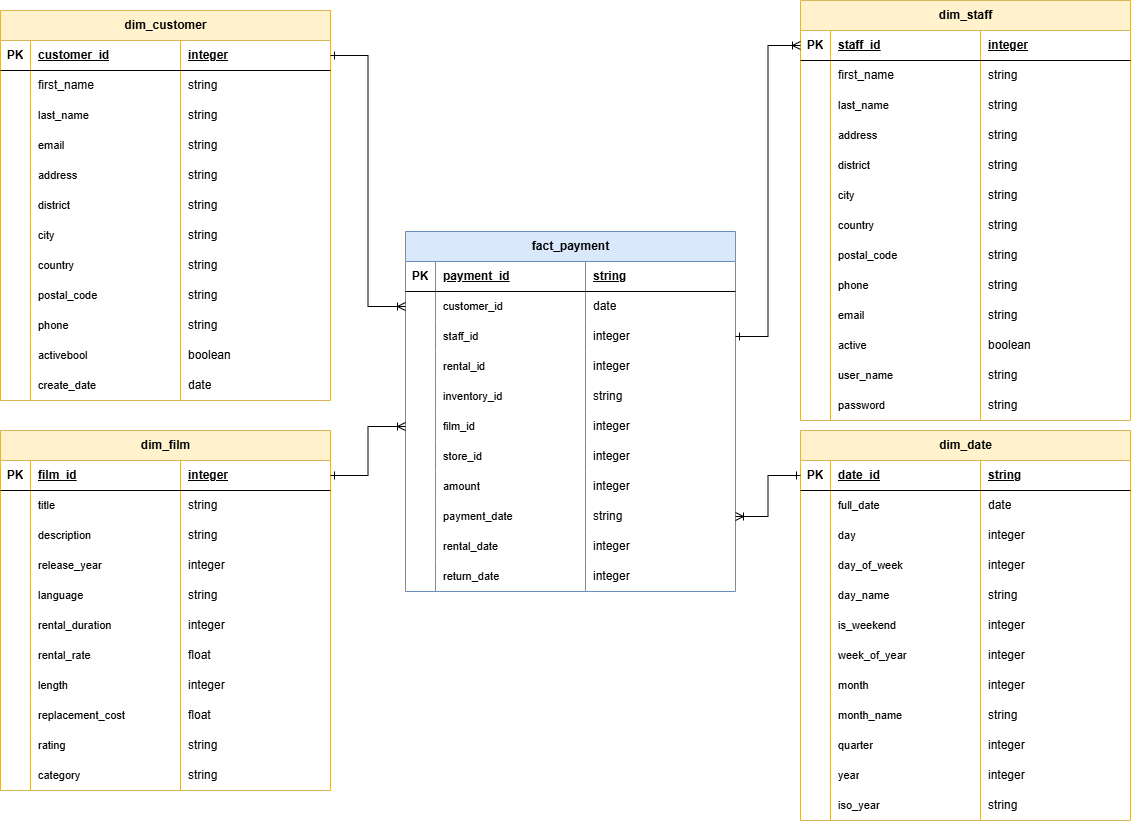
The draw.io diagram modelling_images/physical_model.png in ysenguloglu/greencycles_dwh_build, before a commit. Source tidied: cells renumbered, new cells last; positions are measured from the earlier drawing's top-left corner, leaving out a move shared by most shapes.
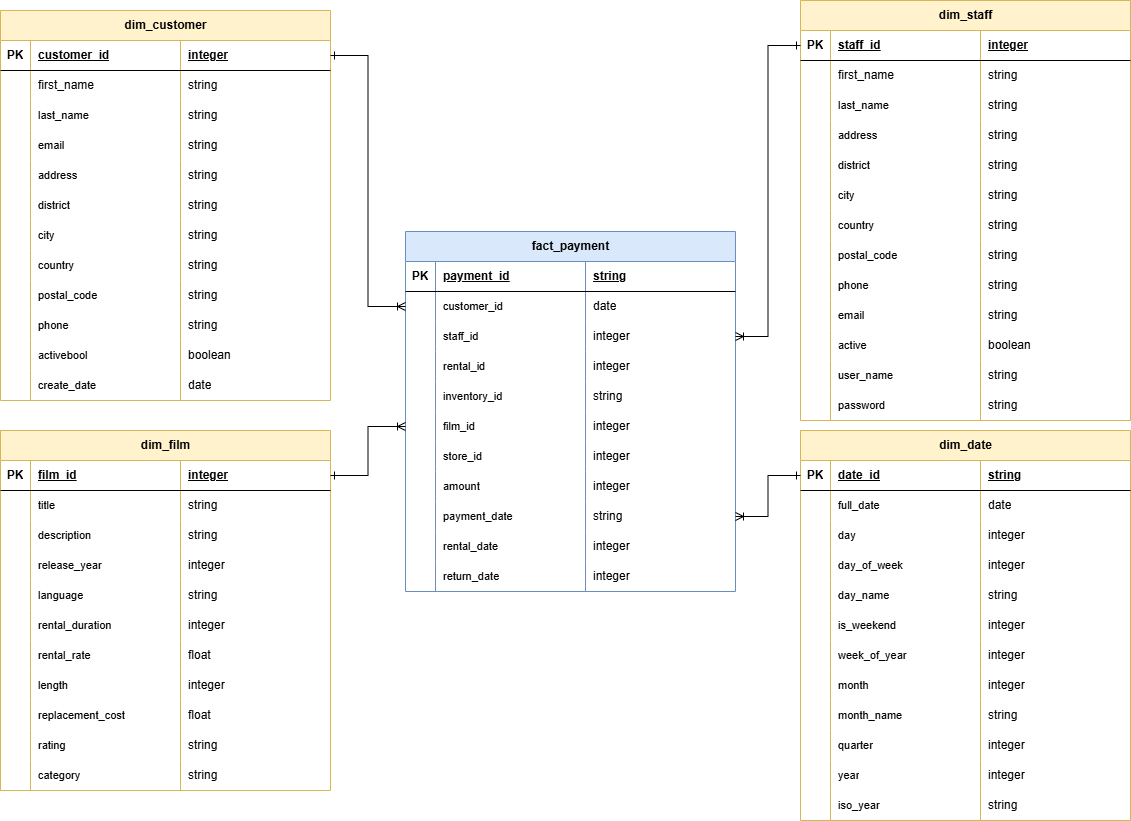
The same diagram one commit later.

Commit message:
Wrong relations solved

What changed in the source:
```diff
@@ -731,7 +731,7 @@
     <mxCell id="244" style="edgeStyle=orthogonalEdgeStyle;rounded=0;jettySize=auto;html=1;exitX=0;exitY=0.5;exitDx=0;exitDy=0;entryX=1;entryY=0.5;entryDx=0;entryDy=0;startArrow=ERoneToMany;startFill=0;endArrow=ERone;endFill=0;" parent="1" edge="1" source="203" target="3">
       <mxGeometry relative="1" as="geometry" />
     </mxCell>
-    <mxCell id="245" style="edgeStyle=orthogonalEdgeStyle;rounded=0;jettySize=auto;html=1;exitX=0;exitY=0.5;exitDx=0;exitDy=0;entryX=1;entryY=0.5;entryDx=0;entryDy=0;startArrow=ERoneToMany;startFill=0;endArrow=ERone;endFill=0;" parent="1" edge="1" source="97" target="207">
+    <mxCell id="245" style="edgeStyle=orthogonalEdgeStyle;rounded=0;jettySize=auto;html=1;entryX=0;entryY=0.5;entryDx=0;entryDy=0;startArrow=ERoneToMany;startFill=0;endArrow=ERone;endFill=0;exitX=1;exitY=0.5;exitDx=0;exitDy=0;" parent="1" edge="1" source="207" target="97">
       <mxGeometry relative="1" as="geometry" />
     </mxCell>
     <mxCell id="246" style="edgeStyle=orthogonalEdgeStyle;rounded=0;jettySize=auto;html=1;exitX=1;exitY=0.5;exitDx=0;exitDy=0;entryX=0;entryY=0.5;entryDx=0;entryDy=0;startArrow=ERoneToMany;startFill=0;endArrow=ERone;endFill=0;" parent="1" edge="1" source="231" target="150">
```
